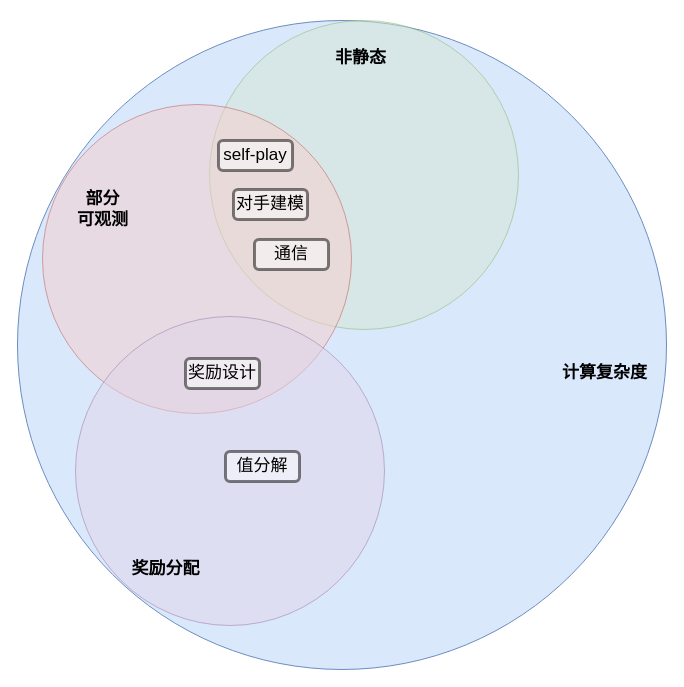
Above: page "Page-4" (4 of 14) of Untitled Diagram.drawio in doudou215/regret_q_learning (draw.io), before the change. Source tidied: cells renumbered, new cells numbered last; positions are measured from the earlier drawing's top-left corner, leaving out a move shared by most shapes. Both pictures are drawn from the tidied source at 100%, with x=0, y=0 at pixel (17, 20).
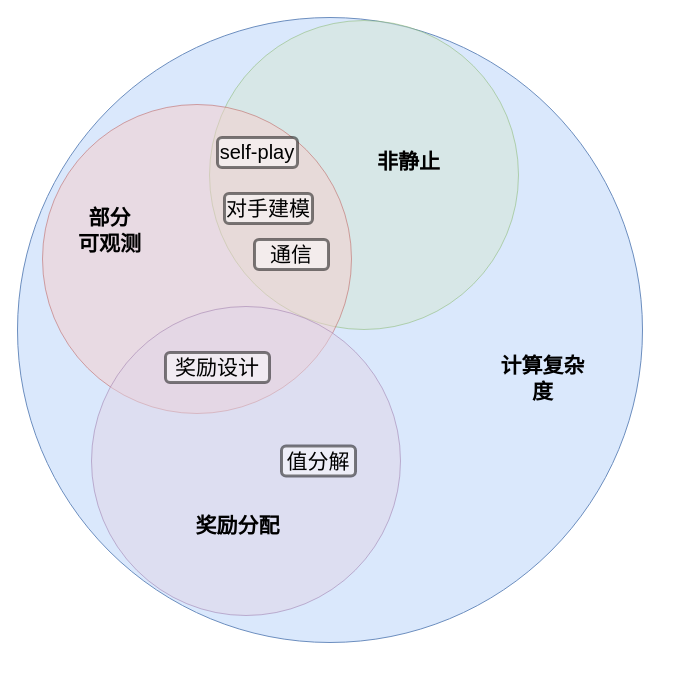
Above is the later version.

Diff of the diagram source:
```diff
@@
 <mxGraphModel>
   <root>
     <mxCell id="0" />
     <mxCell id="1" parent="0" />
     <mxCell id="2" style="ellipse;whiteSpace=wrap;html=1;fillColor=#dae8fc;strokeColor=#6c8ebf;" parent="1" vertex="1">
-      <mxGeometry width="649" height="649" as="geometry" />
+      <mxGeometry y="-3" width="625" height="625" as="geometry" />
     </mxCell>
-    <mxCell id="3" value="&lt;b&gt;&lt;font style=&quot;font-size: 17px&quot;&gt;计算复杂度&lt;/font&gt;&lt;/b&gt;" style="text;html=1;strokeColor=none;fillColor=none;align=center;verticalAlign=middle;whiteSpace=wrap;rounded=0;" parent="1" vertex="1">
-      <mxGeometry x="544" y="338" width="87" height="30" as="geometry" />
+    <mxCell id="3" value="&lt;b&gt;&lt;font style=&quot;font-size: 21px&quot;&gt;计算复杂度&lt;/font&gt;&lt;/b&gt;" style="text;html=1;strokeColor=none;fillColor=none;align=center;verticalAlign=middle;whiteSpace=wrap;rounded=0;" parent="1" vertex="1">
+      <mxGeometry x="482" y="343" width="87" height="30" as="geometry" />
     </mxCell>
     <mxCell id="4" style="ellipse;whiteSpace=wrap;html=1;fontSize=17;opacity=50;fillColor=#d5e8d4;strokeColor=#82b366;" parent="1" vertex="1">
       <mxGeometry x="192" width="309" height="309" as="geometry" />
     </mxCell>
-    <mxCell id="5" value="&lt;span style=&quot;font-size: 17px&quot;&gt;&lt;b&gt;非静态&lt;/b&gt;&lt;/span&gt;" style="text;html=1;strokeColor=none;fillColor=none;align=center;verticalAlign=middle;whiteSpace=wrap;rounded=0;" parent="1" vertex="1">
-      <mxGeometry x="300" y="23" width="87" height="30" as="geometry" />
+    <mxCell id="5" value="&lt;b&gt;&lt;font style=&quot;font-size: 21px&quot;&gt;非静止&lt;/font&gt;&lt;/b&gt;" style="text;html=1;strokeColor=none;fillColor=none;align=center;verticalAlign=middle;whiteSpace=wrap;rounded=0;" parent="1" vertex="1">
+      <mxGeometry x="348" y="126" width="87" height="30" as="geometry" />
     </mxCell>
     <mxCell id="6" style="ellipse;whiteSpace=wrap;html=1;fontSize=17;opacity=50;fillColor=#f8cecc;strokeColor=#b85450;" parent="1" vertex="1">
       <mxGeometry x="25" y="84" width="309" height="309" as="geometry" />
     </mxCell>
     <mxCell id="7" style="ellipse;whiteSpace=wrap;html=1;fontSize=17;opacity=50;fillColor=#e1d5e7;strokeColor=#9673a6;" parent="1" vertex="1">
-      <mxGeometry x="58" y="296" width="309" height="309" as="geometry" />
+      <mxGeometry x="74" y="286" width="309" height="309" as="geometry" />
     </mxCell>
-    <mxCell id="8" value="&lt;span style=&quot;font-size: 17px&quot;&gt;&lt;span&gt;部分&lt;br&gt;可观测&lt;/span&gt;&lt;/span&gt;" style="text;html=1;strokeColor=none;fillColor=none;align=center;verticalAlign=middle;whiteSpace=wrap;rounded=0;fontStyle=1;" parent="1" vertex="1">
-      <mxGeometry x="42" y="174" width="87" height="30" as="geometry" />
+    <mxCell id="8" value="&lt;span style=&quot;font-size: 21px&quot;&gt;&lt;span&gt;部分&lt;br&gt;可观测&lt;/span&gt;&lt;/span&gt;" style="text;html=1;strokeColor=none;fillColor=none;align=center;verticalAlign=middle;whiteSpace=wrap;rounded=0;fontStyle=1;" parent="1" vertex="1">
+      <mxGeometry x="29" y="189" width="127" height="42" as="geometry" />
     </mxCell>
-    <mxCell id="9" value="&lt;span style=&quot;font-size: 17px&quot;&gt;&lt;b&gt;奖励分配&lt;/b&gt;&lt;/span&gt;" style="text;html=1;strokeColor=none;fillColor=none;align=center;verticalAlign=middle;whiteSpace=wrap;rounded=0;" parent="1" vertex="1">
-      <mxGeometry x="105" y="534" width="87" height="30" as="geometry" />
+    <mxCell id="9" value="&lt;b&gt;&lt;font style=&quot;font-size: 21px&quot;&gt;奖励分配&lt;/font&gt;&lt;/b&gt;" style="text;html=1;strokeColor=none;fillColor=none;align=center;verticalAlign=middle;whiteSpace=wrap;rounded=0;" parent="1" vertex="1">
+      <mxGeometry x="177" y="490" width="87" height="30" as="geometry" />
     </mxCell>
-    <mxCell id="10" value="self-play" style="rounded=1;whiteSpace=wrap;html=1;fontSize=17;opacity=50;strokeWidth=3;" parent="1" vertex="1">
-      <mxGeometry x="201" y="120" width="74" height="30" as="geometry" />
+    <mxCell id="10" value="&lt;font style=&quot;font-size: 20px&quot;&gt;self-play&lt;/font&gt;" style="rounded=1;whiteSpace=wrap;html=1;fontSize=17;opacity=50;strokeWidth=3;" parent="1" vertex="1">
+      <mxGeometry x="200" y="117" width="80" height="30" as="geometry" />
     </mxCell>
-    <mxCell id="11" value="对手建模" style="rounded=1;whiteSpace=wrap;html=1;fontSize=17;opacity=50;strokeWidth=3;" parent="1" vertex="1">
-      <mxGeometry x="216" y="169" width="74" height="30" as="geometry" />
+    <mxCell id="11" value="&lt;font style=&quot;font-size: 21px&quot;&gt;对手建模&lt;/font&gt;" style="rounded=1;whiteSpace=wrap;html=1;fontSize=17;opacity=50;strokeWidth=3;" parent="1" vertex="1">
+      <mxGeometry x="207" y="173" width="88" height="30" as="geometry" />
     </mxCell>
-    <mxCell id="12" value="通信" style="rounded=1;whiteSpace=wrap;html=1;fontSize=17;opacity=50;strokeWidth=3;" parent="1" vertex="1">
+    <mxCell id="12" value="&lt;font style=&quot;font-size: 21px&quot;&gt;通信&lt;/font&gt;" style="rounded=1;whiteSpace=wrap;html=1;fontSize=17;opacity=50;strokeWidth=3;" parent="1" vertex="1">
       <mxGeometry x="237" y="219" width="74" height="30" as="geometry" />
     </mxCell>
-    <mxCell id="13" value="奖励设计" style="rounded=1;whiteSpace=wrap;html=1;fontSize=17;opacity=50;strokeWidth=3;" parent="1" vertex="1">
-      <mxGeometry x="168" y="338" width="74" height="30" as="geometry" />
+    <mxCell id="13" value="&lt;font style=&quot;font-size: 21px&quot;&gt;奖励设计&lt;/font&gt;" style="rounded=1;whiteSpace=wrap;html=1;fontSize=17;opacity=50;strokeWidth=3;" parent="1" vertex="1">
+      <mxGeometry x="148" y="332" width="104" height="30" as="geometry" />
     </mxCell>
-    <mxCell id="14" value="值分解" style="rounded=1;whiteSpace=wrap;html=1;fontSize=17;opacity=50;strokeWidth=3;" parent="1" vertex="1">
-      <mxGeometry x="208" y="431" width="74" height="30" as="geometry" />
+    <mxCell id="14" value="&lt;font style=&quot;font-size: 21px&quot;&gt;值分解&lt;/font&gt;" style="rounded=1;whiteSpace=wrap;html=1;fontSize=17;opacity=50;strokeWidth=3;" parent="1" vertex="1">
+      <mxGeometry x="264" y="425.5" width="74" height="30" as="geometry" />
     </mxCell>
   </root>
 </mxGraphModel>
```
